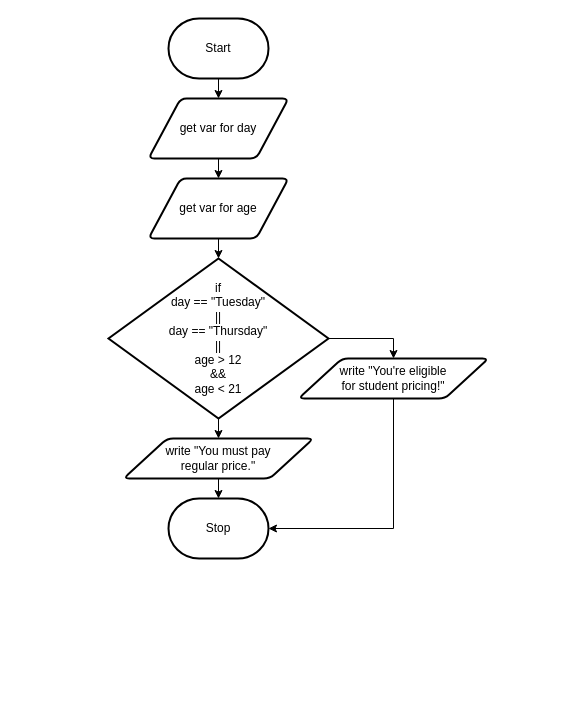
The draw.io diagram design/flowchart.drawio in MTHS-ICD2O-1-2024/ICD2O-Unit-5-04-peter-zerbinos, before the edit. Source tidied: cells renumbered, new cells numbered last; positions are measured from the earlier drawing's top-left corner, leaving out a move shared by most shapes. Both pictures are drawn from the tidied source at 100%, with x=0, y=0 at pixel (108, 18).
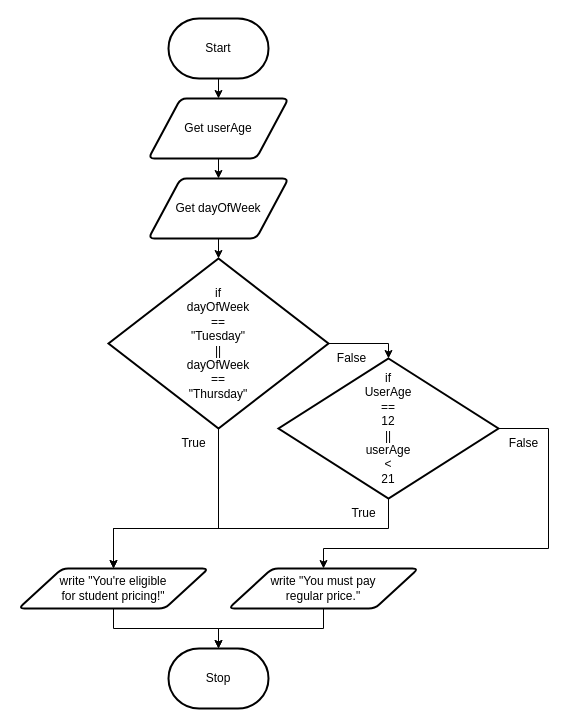
Above is the later version.

The edit, as a diff of the source:
```diff
@@
     <mxCell id="4" value="Stop" style="strokeWidth=2;html=1;shape=mxgraph.flowchart.terminator;whiteSpace=wrap;" parent="1" vertex="1">
-      <mxGeometry x="60" y="480" width="100" height="60" as="geometry" />
+      <mxGeometry x="60" y="630" width="100" height="60" as="geometry" />
     </mxCell>
@@
-    <mxCell id="6" value="get var for day" style="shape=parallelogram;html=1;strokeWidth=2;perimeter=parallelogramPerimeter;whiteSpace=wrap;rounded=1;arcSize=12;size=0.23;" parent="1" vertex="1">
+    <mxCell id="6" value="Get userAge" style="shape=parallelogram;html=1;strokeWidth=2;perimeter=parallelogramPerimeter;whiteSpace=wrap;rounded=1;arcSize=12;size=0.23;" parent="1" vertex="1">
       <mxGeometry x="40" y="80" width="140" height="60" as="geometry" />
     </mxCell>
@@
-    <mxCell id="8" value="get var for age" style="shape=parallelogram;html=1;strokeWidth=2;perimeter=parallelogramPerimeter;whiteSpace=wrap;rounded=1;arcSize=12;size=0.23;" parent="1" vertex="1">
+    <mxCell id="8" value="Get dayOfWeek" style="shape=parallelogram;html=1;strokeWidth=2;perimeter=parallelogramPerimeter;whiteSpace=wrap;rounded=1;arcSize=12;size=0.23;" parent="1" vertex="1">
       <mxGeometry x="40" y="160" width="140" height="60" as="geometry" />
     </mxCell>
+    <mxCell id="16" style="edgeStyle=orthogonalEdgeStyle;rounded=0;html=1;exitX=1;exitY=0.5;exitDx=0;exitDy=0;exitPerimeter=0;entryX=0.5;entryY=0;entryDx=0;entryDy=0;entryPerimeter=0;" parent="1" edge="1" source="11" target="19">
+      <mxGeometry relative="1" as="geometry" />
+    </mxCell>
-    <mxCell id="9" style="edgeStyle=orthogonalEdgeStyle;html=1;exitX=1;exitY=0.5;exitDx=0;exitDy=0;exitPerimeter=0;entryX=0.5;entryY=0;entryDx=0;entryDy=0;rounded=0;" parent="1" edge="1" source="11" target="13">
-      <mxGeometry relative="1" as="geometry" />
+    <mxCell id="9" style="edgeStyle=orthogonalEdgeStyle;rounded=0;html=1;exitX=0.5;exitY=1;exitDx=0;exitDy=0;exitPerimeter=0;" parent="1" edge="1" source="11" target="13">
+      <mxGeometry relative="1" as="geometry">
+        <Array as="points">
+          <mxPoint x="110" y="510" />
+          <mxPoint x="5" y="510" />
+        </Array>
+      </mxGeometry>
     </mxCell>
-    <mxCell id="10" style="edgeStyle=orthogonalEdgeStyle;shape=connector;rounded=0;html=1;exitX=0.5;exitY=1;exitDx=0;exitDy=0;exitPerimeter=0;entryX=0.5;entryY=0;entryDx=0;entryDy=0;labelBackgroundColor=default;strokeColor=default;fontFamily=Helvetica;fontSize=11;fontColor=default;endArrow=classic;" parent="1" edge="1" source="11" target="15">
-      <mxGeometry relative="1" as="geometry" />
-    </mxCell>
-    <mxCell id="11" value="if&lt;br&gt;day == &quot;Tuesday&quot;&lt;br&gt;||&lt;br&gt;day == &quot;Thursday&quot;&lt;br&gt;||&lt;br&gt;age &amp;gt; 12&lt;br&gt;&amp;amp;&amp;amp;&lt;br&gt;age &amp;lt; 21" style="strokeWidth=2;html=1;shape=mxgraph.flowchart.decision;whiteSpace=wrap;" parent="1" vertex="1">
-      <mxGeometry y="240" width="220" height="160" as="geometry" />
+    <mxCell id="11" value="if&lt;br&gt;dayOfWeek &lt;br&gt;== &lt;br&gt;&quot;Tuesday&quot;&lt;br&gt;||&lt;br&gt;dayOfWeek &lt;br&gt;== &lt;br&gt;&quot;Thursday&quot;" style="strokeWidth=2;html=1;shape=mxgraph.flowchart.decision;whiteSpace=wrap;" parent="1" vertex="1">
+      <mxGeometry y="240" width="220" height="170" as="geometry" />
     </mxCell>
-    <mxCell id="12" style="edgeStyle=orthogonalEdgeStyle;shape=connector;rounded=0;html=1;exitX=0.5;exitY=1;exitDx=0;exitDy=0;entryX=1;entryY=0.5;entryDx=0;entryDy=0;entryPerimeter=0;labelBackgroundColor=default;strokeColor=default;fontFamily=Helvetica;fontSize=11;fontColor=default;endArrow=classic;" parent="1" edge="1" source="13" target="4">
+    <mxCell id="12" style="edgeStyle=orthogonalEdgeStyle;rounded=0;html=1;exitX=0.5;exitY=1;exitDx=0;exitDy=0;entryX=0.5;entryY=0;entryDx=0;entryDy=0;entryPerimeter=0;" parent="1" edge="1" source="13" target="4">
       <mxGeometry relative="1" as="geometry" />
     </mxCell>
     <mxCell id="13" value="write &quot;You're eligible&lt;br&gt;for student pricing!&quot;" style="shape=parallelogram;html=1;strokeWidth=2;perimeter=parallelogramPerimeter;whiteSpace=wrap;rounded=1;arcSize=12;size=0.23;" parent="1" vertex="1">
-      <mxGeometry x="190" y="340" width="190" height="40" as="geometry" />
+      <mxGeometry x="-90" y="550" width="190" height="40" as="geometry" />
     </mxCell>
-    <mxCell id="14" style="edgeStyle=orthogonalEdgeStyle;shape=connector;rounded=0;html=1;exitX=0.5;exitY=1;exitDx=0;exitDy=0;entryX=0.5;entryY=0;entryDx=0;entryDy=0;entryPerimeter=0;labelBackgroundColor=default;strokeColor=default;fontFamily=Helvetica;fontSize=11;fontColor=default;endArrow=classic;" parent="1" edge="1" source="15" target="4">
+    <mxCell id="14" style="edgeStyle=orthogonalEdgeStyle;rounded=0;html=1;exitX=0.5;exitY=1;exitDx=0;exitDy=0;entryX=0.5;entryY=0;entryDx=0;entryDy=0;entryPerimeter=0;" parent="1" edge="1" source="15" target="4">
       <mxGeometry relative="1" as="geometry" />
     </mxCell>
     <mxCell id="15" value="write &quot;You must pay&lt;br&gt;regular price.&quot;" style="shape=parallelogram;html=1;strokeWidth=2;perimeter=parallelogramPerimeter;whiteSpace=wrap;rounded=1;arcSize=12;size=0.23;" parent="1" vertex="1">
-      <mxGeometry x="15" y="420" width="190" height="40" as="geometry" />
+      <mxGeometry x="120" y="550" width="190" height="40" as="geometry" />
     </mxCell>
+    <mxCell id="17" style="edgeStyle=orthogonalEdgeStyle;rounded=0;html=1;exitX=1;exitY=0.5;exitDx=0;exitDy=0;exitPerimeter=0;entryX=0.5;entryY=0;entryDx=0;entryDy=0;startArrow=none;" parent="1" edge="1" source="19" target="15">
+      <mxGeometry relative="1" as="geometry">
+        <Array as="points">
+          <mxPoint x="440" y="410" />
+          <mxPoint x="440" y="530" />
+          <mxPoint x="215" y="530" />
+        </Array>
+      </mxGeometry>
+    </mxCell>
+    <mxCell id="18" style="edgeStyle=orthogonalEdgeStyle;rounded=0;html=1;exitX=0.5;exitY=1;exitDx=0;exitDy=0;exitPerimeter=0;entryX=0.5;entryY=0;entryDx=0;entryDy=0;" parent="1" edge="1" source="19" target="13">
+      <mxGeometry relative="1" as="geometry">
+        <Array as="points">
+          <mxPoint x="280" y="510" />
+          <mxPoint x="5" y="510" />
+        </Array>
+      </mxGeometry>
+    </mxCell>
+    <mxCell id="19" value="if&lt;br&gt;UserAge&lt;br&gt;==&lt;br&gt;12&lt;br&gt;||&lt;br&gt;userAge&lt;br&gt;&amp;lt;&lt;br&gt;21" style="strokeWidth=2;html=1;shape=mxgraph.flowchart.decision;whiteSpace=wrap;" parent="1" vertex="1">
+      <mxGeometry x="170" y="340" width="220" height="140" as="geometry" />
+    </mxCell>
+    <mxCell id="20" value="False" style="text;html=1;align=center;verticalAlign=middle;strokeColor=none;fillColor=none;" parent="1" vertex="1">
+      <mxGeometry x="218" y="325" width="50" height="30" as="geometry" />
+    </mxCell>
+    <mxCell id="21" value="True" style="text;html=1;align=center;verticalAlign=middle;strokeColor=none;fillColor=none;" parent="1" vertex="1">
+      <mxGeometry x="60" y="410" width="50" height="30" as="geometry" />
+    </mxCell>
+    <mxCell id="22" value="True" style="text;html=1;align=center;verticalAlign=middle;strokeColor=none;fillColor=none;" parent="1" vertex="1">
+      <mxGeometry x="230" y="480" width="50" height="30" as="geometry" />
+    </mxCell>
+    <mxCell id="23" value="False" style="text;html=1;align=center;verticalAlign=middle;strokeColor=none;fillColor=none;" parent="1" vertex="1">
+      <mxGeometry x="390" y="410" width="50" height="30" as="geometry" />
+    </mxCell>
```
